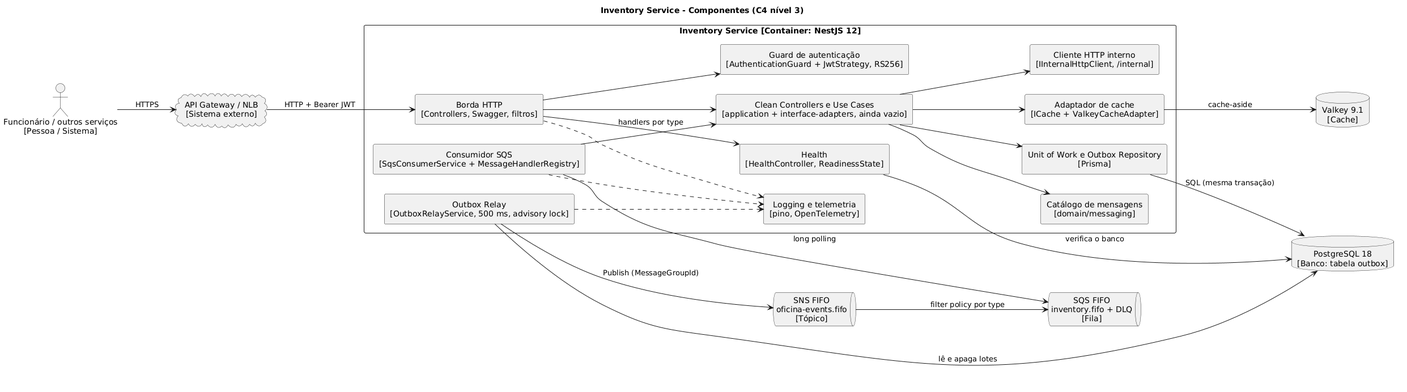
The PlantUML diagram docs/c4/images/c4-component.png in FIAP-15SOAT/oficina-mecanica-inventory-service, before a commit.
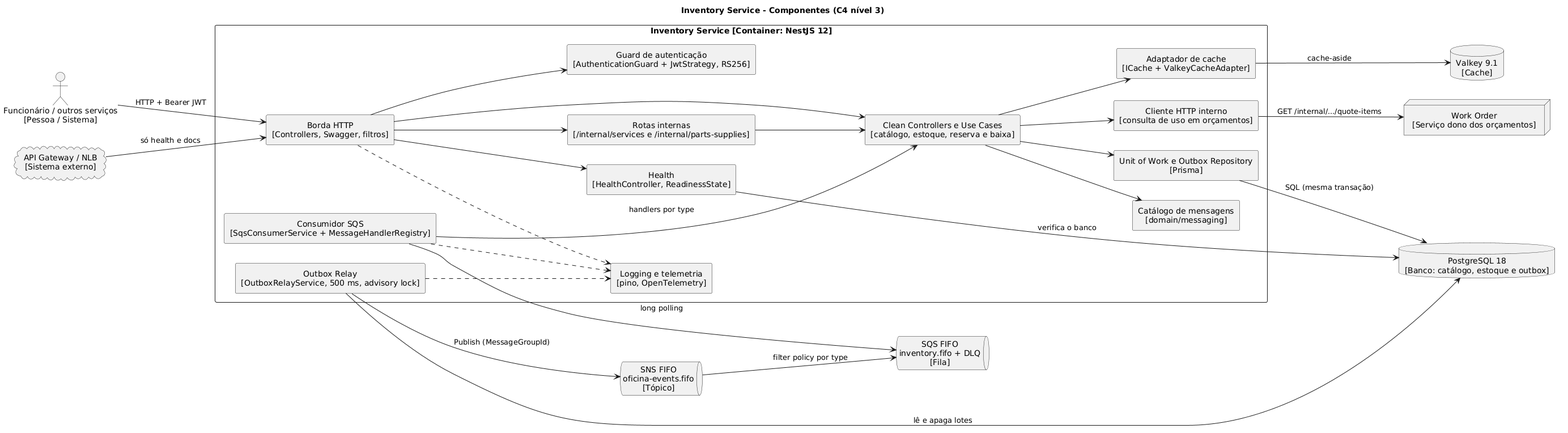
Later version of the same file.

Diff of the diagram source:
```diff
@@ -7,8 +7,9 @@
 
 actor "Funcionário / outros serviços\n[Pessoa / Sistema]" as client
 cloud "API Gateway / NLB\n[Sistema externo]" as gateway
-database "PostgreSQL 18\n[Banco: tabela outbox]" as pg
+database "PostgreSQL 18\n[Banco: catálogo, estoque e outbox]" as pg
 database "Valkey 9.1\n[Cache]" as valkey
+node "Work Order\n[Serviço dono dos orçamentos]" as workorder
 queue "SNS FIFO\noficina-events.fifo\n[Tópico]" as sns
 queue "SQS FIFO\ninventory.fifo + DLQ\n[Fila]" as sqs
 
@@ -16,26 +17,30 @@
   component "Borda HTTP\n[Controllers, Swagger, filtros]" as http
   component "Guard de autenticação\n[AuthenticationGuard + JwtStrategy, RS256]" as guard
   component "Health\n[HealthController, ReadinessState]" as health
-  component "Clean Controllers e Use Cases\n[application + interface-adapters, ainda vazio]" as usecases
+  component "Clean Controllers e Use Cases\n[catálogo, estoque, reserva e baixa]" as usecases
   component "Catálogo de mensagens\n[domain/messaging]" as catalog
   component "Unit of Work e Outbox Repository\n[Prisma]" as uow
   component "Outbox Relay\n[OutboxRelayService, 500 ms, advisory lock]" as relay
   component "Consumidor SQS\n[SqsConsumerService + MessageHandlerRegistry]" as consumer
   component "Adaptador de cache\n[ICache + ValkeyCacheAdapter]" as cache
-  component "Cliente HTTP interno\n[IInternalHttpClient, /internal]" as internal
+  component "Cliente HTTP interno\n[consulta de uso em orçamentos]" as internal
+component "Rotas internas\n[/internal/services e /internal/parts-supplies]" as internalroutes
   component "Logging e telemetria\n[pino, OpenTelemetry]" as obs
 }
 
-client --> gateway : HTTPS
-gateway --> http : HTTP + Bearer JWT
+client --> http : HTTP + Bearer JWT
+gateway --> http : só health e docs
 http --> guard
 http --> health
 http --> usecases
+http --> internalroutes
+internalroutes --> usecases
 health --> pg : verifica o banco
 usecases --> catalog
 usecases --> uow
 usecases --> cache
 usecases --> internal
+internal --> workorder : GET /internal/.../quote-items
 uow --> pg : SQL (mesma transação)
 relay --> pg : lê e apaga lotes
 relay --> sns : Publish (MessageGroupId)
```
